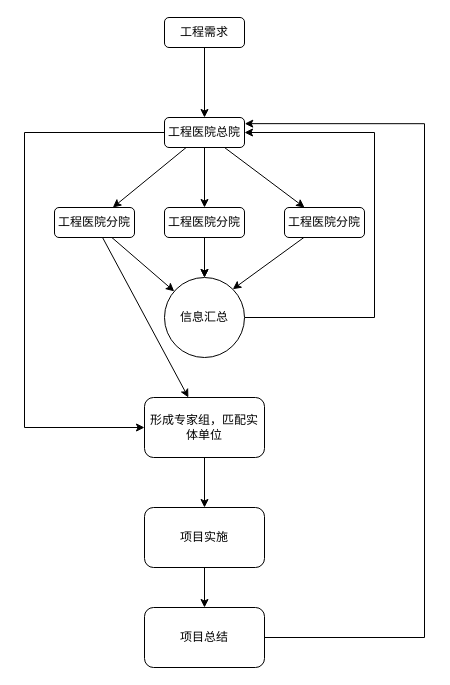
Earlier version of the draw.io diagram 工程医院运行模式.drawio (gaochaowyq/MinderGraph). Source tidied: cells renumbered, new cells numbered last; positions are measured from the earlier drawing's top-left corner, leaving out a move shared by most shapes. Both pictures are drawn from the tidied source at 100%, with x=0, y=0 at pixel (24, 17).
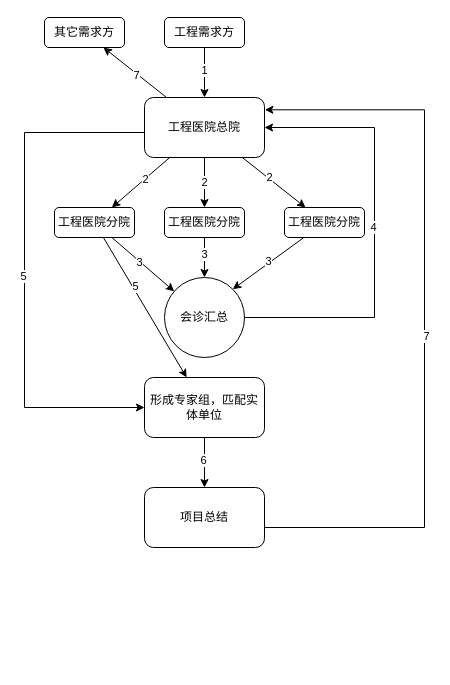
The same page after the edit.

Commit message:
更新工程医院运行模式.drawio

Unchanged cells that the change refers to:
```xml
<mxCell id="4" style="rounded=0;jettySize=auto;html=1;" parent="1" edge="1" source="8" target="11">
  <mxGeometry relative="1" as="geometry" />
</mxCell>
<mxCell id="5" style="rounded=0;jettySize=auto;html=1;" parent="1" edge="1" source="8" target="14">
  <mxGeometry relative="1" as="geometry" />
</mxCell>
<mxCell id="6" style="rounded=0;jettySize=auto;html=1;" parent="1" edge="1" source="8" target="16">
  <mxGeometry relative="1" as="geometry" />
</mxCell>
<mxCell id="9" style="rounded=0;jettySize=auto;html=1;" parent="1" edge="1" source="11" target="18">
  <mxGeometry relative="1" as="geometry" />
</mxCell>
<mxCell id="10" style="rounded=0;jettySize=auto;html=1;" parent="1" edge="1" source="11" target="20">
  <mxGeometry relative="1" as="geometry" />
</mxCell>
<mxCell id="12" style="rounded=0;jettySize=auto;html=1;" parent="1" edge="1" source="14" target="18">
  <mxGeometry relative="1" as="geometry" />
</mxCell>
<mxCell id="14" value="工程医院分院" style="rounded=1;whiteSpace=wrap;html=1;" parent="1" vertex="1">
  <mxGeometry x="140" y="190" width="80" height="30" as="geometry" />
</mxCell>
<mxCell id="15" style="rounded=0;jettySize=auto;html=1;entryX=1;entryY=0;entryDx=0;entryDy=0;" parent="1" edge="1" source="16" target="18">
  <mxGeometry relative="1" as="geometry" />
</mxCell>
```

What changed in the source:
```diff
@@
-    <mxCell id="2" style="edgeStyle=orthogonalEdgeStyle;rounded=0;jettySize=auto;html=1;" parent="1" edge="1" source="3" target="8">
+    <mxCell id="2" style="edgeStyle=orthogonalEdgeStyle;rounded=0;jettySize=auto;html=1;snapToPoint=1;fixDash=0;comic=0;" parent="1" edge="1" source="3" target="8">
       <mxGeometry relative="1" as="geometry" />
     </mxCell>
+    <mxCell id="25" value="1" style="edgeLabel;html=1;align=center;verticalAlign=middle;" parent="2" vertex="1">
+      <mxGeometry x="-0.14" y="-1" relative="1" as="geometry" />
+    </mxCell>
-    <mxCell id="3" value="工程需求" style="rounded=1;whiteSpace=wrap;html=1;" parent="1" vertex="1">
+    <mxCell id="3" value="工程需求方" style="rounded=1;whiteSpace=wrap;html=1;" parent="1" vertex="1">
       <mxGeometry x="140" width="80" height="30" as="geometry" />
     </mxCell>
@@
+    <mxCell id="26" value="2" style="edgeLabel;html=1;align=center;verticalAlign=middle;" parent="4" vertex="1">
+      <mxGeometry x="-0.13" relative="1" as="geometry" />
+    </mxCell>
@@
+    <mxCell id="27" value="2" style="edgeLabel;html=1;align=center;verticalAlign=middle;" parent="5" vertex="1">
+      <mxGeometry x="-0.05" y="-1" relative="1" as="geometry" />
+    </mxCell>
@@
+    <mxCell id="28" value="2" style="edgeLabel;html=1;align=center;verticalAlign=middle;" parent="6" vertex="1">
+      <mxGeometry x="-0.19" y="1" relative="1" as="geometry" />
+    </mxCell>
-    <mxCell id="7" style="edgeStyle=orthogonalEdgeStyle;rounded=0;jettySize=auto;html=1;entryX=0;entryY=0.5;entryDx=0;entryDy=0;exitX=0;exitY=0.5;exitDx=0;exitDy=0;" parent="1" edge="1" source="8" target="20">
+    <mxCell id="7" style="edgeStyle=orthogonalEdgeStyle;rounded=0;jettySize=auto;html=1;entryX=0;entryY=0.5;entryDx=0;entryDy=0;exitX=0;exitY=0.5;exitDx=0;exitDy=0;snapToPoint=1;" parent="1" edge="1" source="8" target="20">
       <mxGeometry relative="1" as="geometry">
         <Array as="points">
+          <mxPoint x="120" y="115" />
           <mxPoint y="115" />
-          <mxPoint y="410" />
+          <mxPoint y="390" />
         </Array>
       </mxGeometry>
     </mxCell>
+    <mxCell id="29" value="5" style="edgeLabel;html=1;align=center;verticalAlign=middle;" parent="7" vertex="1">
+      <mxGeometry x="0.03" y="-2" relative="1" as="geometry" />
+    </mxCell>
+    <mxCell id="30" style="rounded=0;jettySize=auto;html=1;" parent="1" edge="1" source="8" target="39">
+      <mxGeometry relative="1" as="geometry" />
+    </mxCell>
+    <mxCell id="31" value="7" style="edgeLabel;html=1;align=center;verticalAlign=middle;" parent="30" vertex="1">
+      <mxGeometry x="-0.05" y="2" relative="1" as="geometry" />
+    </mxCell>
     <mxCell id="8" value="工程医院总院" style="rounded=1;whiteSpace=wrap;html=1;" parent="1" vertex="1">
-      <mxGeometry x="140" y="100" width="80" height="30" as="geometry" />
+      <mxGeometry x="120" y="80" width="120" height="60" as="geometry" />
     </mxCell>
@@
+    <mxCell id="32" value="3" style="edgeLabel;html=1;align=center;verticalAlign=middle;" parent="9" vertex="1">
+      <mxGeometry x="-0.11" y="-1" relative="1" as="geometry" />
+    </mxCell>
@@
+    <mxCell id="33" value="5" style="edgeLabel;html=1;align=center;verticalAlign=middle;" parent="10" vertex="1">
+      <mxGeometry x="-0.29" y="2" relative="1" as="geometry" />
+    </mxCell>
@@
-    <mxCell id="13" style="edgeStyle=orthogonalEdgeStyle;rounded=0;jettySize=auto;html=1;" parent="1" edge="1" source="14" target="18">
-      <mxGeometry relative="1" as="geometry" />
-    </mxCell>
+    <mxCell id="34" value="3" style="edgeLabel;html=1;align=center;verticalAlign=middle;" parent="12" vertex="1">
+      <mxGeometry x="-0.19" y="-1" relative="1" as="geometry" />
+    </mxCell>
@@
+    <mxCell id="35" value="3" style="edgeLabel;html=1;align=center;verticalAlign=middle;" parent="15" vertex="1">
+      <mxGeometry x="-0.02" y="-2" relative="1" as="geometry" />
+    </mxCell>
@@
     <mxCell id="17" style="edgeStyle=orthogonalEdgeStyle;rounded=0;jettySize=auto;html=1;entryX=1;entryY=0.5;entryDx=0;entryDy=0;exitX=1;exitY=0.5;exitDx=0;exitDy=0;" parent="1" edge="1" source="18" target="8">
       <mxGeometry relative="1" as="geometry">
         <Array as="points">
           <mxPoint x="350" y="300" />
-          <mxPoint x="350" y="115" />
+          <mxPoint x="350" y="110" />
         </Array>
       </mxGeometry>
     </mxCell>
+    <mxCell id="36" value="4" style="edgeLabel;html=1;align=center;verticalAlign=middle;" parent="17" vertex="1">
+      <mxGeometry x="0.03" y="2" relative="1" as="geometry" />
+    </mxCell>
-    <mxCell id="18" value="信息汇总" style="ellipse;whiteSpace=wrap;html=1;" parent="1" vertex="1">
+    <mxCell id="18" value="会诊汇总" style="ellipse;whiteSpace=wrap;html=1;" parent="1" vertex="1">
       <mxGeometry x="140" y="260" width="80" height="80" as="geometry" />
     </mxCell>
-    <mxCell id="19" style="edgeStyle=orthogonalEdgeStyle;rounded=0;jettySize=auto;html=1;" parent="1" edge="1" source="20" target="22">
-      <mxGeometry relative="1" as="geometry" />
-    </mxCell>
     <mxCell id="20" value="形成专家组，匹配实体单位" style="rounded=1;whiteSpace=wrap;html=1;" parent="1" vertex="1">
-      <mxGeometry x="120" y="380" width="120" height="60" as="geometry" />
+      <mxGeometry x="120" y="360" width="120" height="60" as="geometry" />
     </mxCell>
-    <mxCell id="21" style="edgeStyle=orthogonalEdgeStyle;rounded=0;jettySize=auto;html=1;" parent="1" edge="1" source="22" target="24">
+    <mxCell id="21" style="edgeStyle=orthogonalEdgeStyle;rounded=0;jettySize=auto;html=1;" parent="1" edge="1" source="20" target="24">
       <mxGeometry relative="1" as="geometry" />
     </mxCell>
-    <mxCell id="22" value="项目实施" style="rounded=1;whiteSpace=wrap;html=1;" parent="1" vertex="1">
-      <mxGeometry x="120" y="490" width="120" height="60" as="geometry" />
-    </mxCell>
+    <mxCell id="37" value="6" style="edgeLabel;html=1;align=center;verticalAlign=middle;" parent="21" vertex="1">
+      <mxGeometry x="-0.14" y="-2" relative="1" as="geometry" />
+    </mxCell>
     <mxCell id="23" style="edgeStyle=orthogonalEdgeStyle;rounded=0;jettySize=auto;html=1;entryX=1.003;entryY=0.205;entryDx=0;entryDy=0;entryPerimeter=0;exitX=1;exitY=0.5;exitDx=0;exitDy=0;" parent="1" edge="1" source="24" target="8">
       <mxGeometry relative="1" as="geometry">
         <Array as="points">
-          <mxPoint x="400" y="620" />
-          <mxPoint x="400" y="106" />
+          <mxPoint x="400" y="510" />
+          <mxPoint x="400" y="92" />
         </Array>
       </mxGeometry>
     </mxCell>
+    <mxCell id="38" value="7" style="edgeLabel;html=1;align=center;verticalAlign=middle;" parent="23" vertex="1">
+      <mxGeometry x="-0.03" y="-1" relative="1" as="geometry" />
+    </mxCell>
     <mxCell id="24" value="项目总结" style="rounded=1;whiteSpace=wrap;html=1;" parent="1" vertex="1">
-      <mxGeometry x="120" y="590" width="120" height="60" as="geometry" />
+      <mxGeometry x="120" y="470" width="120" height="60" as="geometry" />
     </mxCell>
+    <mxCell id="39" value="其它需求方" style="rounded=1;whiteSpace=wrap;html=1;" parent="1" vertex="1">
+      <mxGeometry x="20" width="80" height="30" as="geometry" />
+    </mxCell>
```
